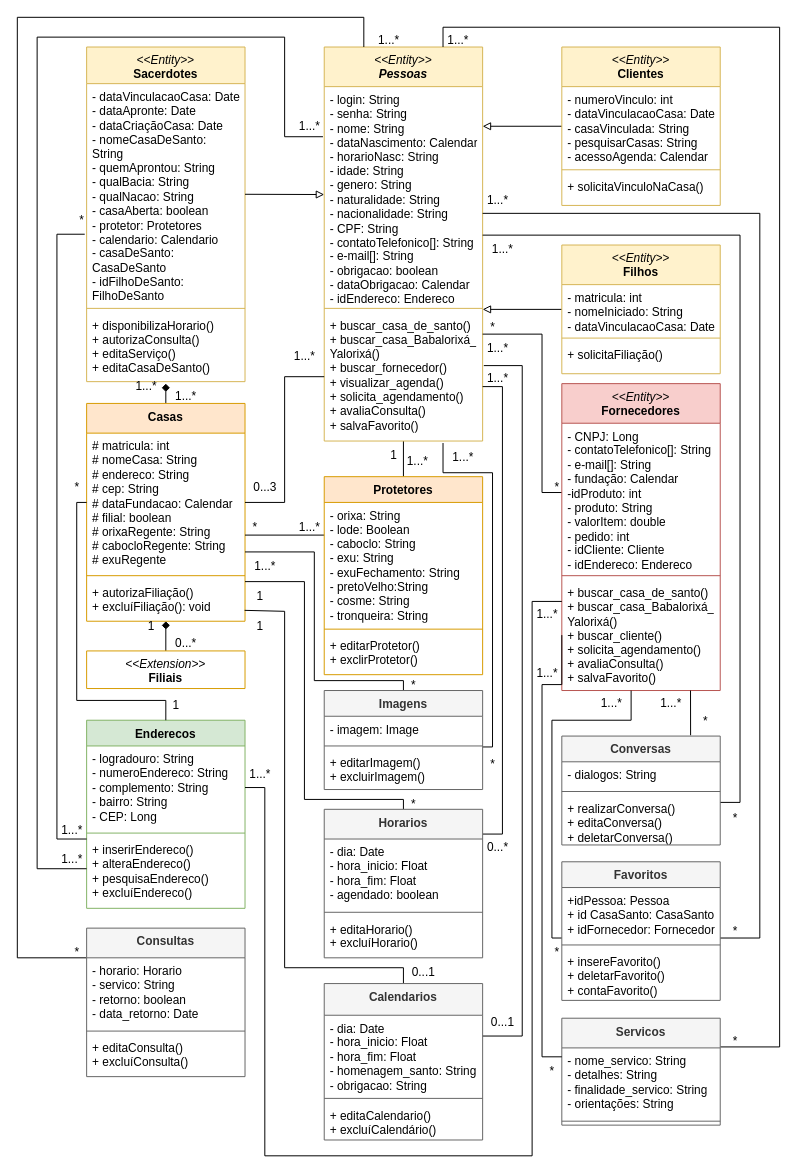
Earlier version of the draw.io diagram DiagramaDeClasseSarava.drawio (AlexCarvalhovisk/sarava). Source tidied: cells renumbered, new cells numbered last; positions are measured from the earlier drawing's top-left corner, leaving out a move shared by most shapes. Both pictures are drawn from the tidied source at 99%, with x=0, y=0 at pixel (17, 17).
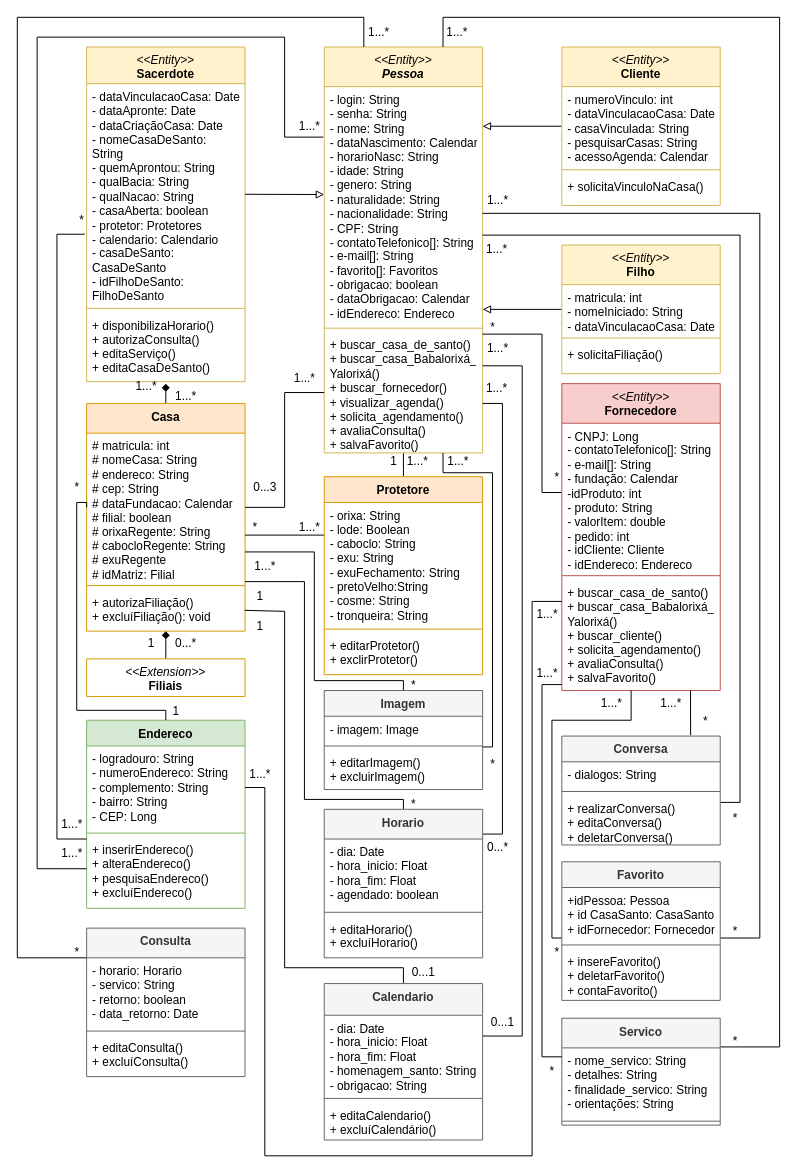
After the change.

The change refers to these unchanged cells:
```xml
<mxCell id="21" value="+ buscar_casa_de_santo()&lt;br&gt;+ buscar_casa_Babalorixá_&lt;br&gt;Yalorixá()&lt;br&gt;+ buscar_cliente()&lt;br&gt;+ solicita_agendamento()&lt;br&gt;+ avaliaConsulta()&lt;br&gt;+ salvaFavorito()" style="text;strokeColor=none;fillColor=none;align=left;verticalAlign=top;spacingLeft=4;spacingRight=4;overflow=hidden;points=[[0,0.5],[1,0.5]];portConstraint=eastwest;whiteSpace=wrap;html=1;" parent="18" vertex="1">
  <mxGeometry y="198" width="160" height="112" as="geometry" />
</mxCell>
<mxCell id="52" value="- nome_servico: String&lt;br&gt;- detalhes: String&lt;br&gt;- finalidade_servico: String&lt;br&gt;- orientações: String" style="text;strokeColor=none;fillColor=none;align=left;verticalAlign=top;spacingLeft=4;spacingRight=4;overflow=hidden;points=[[0,0.5],[1,0.5]];portConstraint=eastwest;whiteSpace=wrap;html=1;" parent="51" vertex="1">
  <mxGeometry y="30" width="160" height="70" as="geometry" />
</mxCell>
<mxCell id="57" value="+ inserirEndereco()&lt;br&gt;+ alteraEndereco()&lt;br&gt;+ pesquisaEndereco()&lt;br&gt;+ excluíEndereco()" style="text;strokeColor=none;fillColor=none;align=left;verticalAlign=top;spacingLeft=4;spacingRight=4;overflow=hidden;points=[[0,0.5],[1,0.5]];portConstraint=eastwest;whiteSpace=wrap;html=1;" parent="54" vertex="1">
  <mxGeometry y="118" width="160" height="72" as="geometry" />
</mxCell>
```

Change to the diagram source:
```diff
@@
-    <mxCell id="3" value="&lt;i style=&quot;border-color: var(--border-color); font-weight: 400;&quot;&gt;&amp;lt;&amp;lt;Entity&amp;gt;&amp;gt;&lt;/i&gt;&lt;br&gt;&lt;i&gt;Pessoas&lt;/i&gt;" style="swimlane;fontStyle=1;align=center;verticalAlign=top;horizontal=1;startSize=40;whiteSpace=wrap;html=1;fillColor=#fff2cc;strokeColor=#d6b656;" parent="1" vertex="1">
-      <mxGeometry x="310" y="30" width="160" height="398" as="geometry" />
+    <mxCell id="3" value="&lt;i style=&quot;border-color: var(--border-color); font-weight: 400;&quot;&gt;&amp;lt;&amp;lt;Entity&amp;gt;&amp;gt;&lt;/i&gt;&lt;br&gt;&lt;i&gt;Pessoa&lt;/i&gt;" style="swimlane;fontStyle=1;align=center;verticalAlign=top;horizontal=1;startSize=40;whiteSpace=wrap;html=1;fillColor=#fff2cc;strokeColor=#d6b656;" parent="1" vertex="1">
+      <mxGeometry x="310" y="30" width="160" height="410" as="geometry" />
     </mxCell>
-    <mxCell id="4" value="- login: String&lt;br&gt;- senha: String&lt;br&gt;- nome: String&lt;br&gt;- dataNascimento: Calendar&lt;br&gt;- horarioNasc: String&lt;br&gt;- idade: String&lt;br&gt;- genero: String&lt;br&gt;- naturalidade: String&lt;br&gt;- nacionalidade: String&lt;br&gt;- CPF: String&lt;br&gt;- contatoTelefonico[]: String&lt;br&gt;- e-mail[]: String&lt;br&gt;- obrigacao: boolean&lt;br&gt;- dataObrigacao: Calendar&lt;br&gt;- idEndereco: Endereco" style="text;strokeColor=none;fillColor=none;align=left;verticalAlign=top;spacingLeft=4;spacingRight=4;overflow=hidden;points=[[0,0.5],[1,0.5]];portConstraint=eastwest;whiteSpace=wrap;html=1;" parent="3" vertex="1">
-      <mxGeometry y="40" width="160" height="220" as="geometry" />
+    <mxCell id="4" value="- login: String&lt;br&gt;- senha: String&lt;br&gt;- nome: String&lt;br&gt;- dataNascimento: Calendar&lt;br&gt;- horarioNasc: String&lt;br&gt;- idade: String&lt;br&gt;- genero: String&lt;br&gt;- naturalidade: String&lt;br&gt;- nacionalidade: String&lt;br&gt;- CPF: String&lt;br&gt;- contatoTelefonico[]: String&lt;br&gt;- e-mail[]: String&lt;br&gt;- favorito[]: Favoritos&lt;br&gt;- obrigacao: boolean&lt;br&gt;- dataObrigacao: Calendar&lt;br&gt;- idEndereco: Endereco" style="text;strokeColor=none;fillColor=none;align=left;verticalAlign=top;spacingLeft=4;spacingRight=4;overflow=hidden;points=[[0,0.5],[1,0.5]];portConstraint=eastwest;whiteSpace=wrap;html=1;" parent="3" vertex="1">
+      <mxGeometry y="40" width="160" height="240" as="geometry" />
     </mxCell>
     <mxCell id="5" style="line;strokeWidth=1;fillColor=none;align=left;verticalAlign=middle;spacingTop=-1;spacingLeft=3;spacingRight=3;labelPosition=right;strokeColor=inherit;" parent="3" vertex="1">
-      <mxGeometry y="260" width="160" height="8" as="geometry" />
+      <mxGeometry y="280" width="160" height="8" as="geometry" />
     </mxCell>
     <mxCell id="6" value="+ buscar_casa_de_santo()&lt;br&gt;+ buscar_casa_Babalorixá_&lt;br&gt;Yalorixá()&lt;br&gt;+ buscar_fornecedor()&lt;br&gt;+ visualizar_agenda()&lt;br&gt;+ solicita_agendamento()&lt;br&gt;+ avaliaConsulta()&lt;br&gt;+ salvaFavorito()" style="text;strokeColor=none;fillColor=none;align=left;verticalAlign=top;spacingLeft=4;spacingRight=4;overflow=hidden;points=[[0,0.5],[1,0.5]];portConstraint=eastwest;whiteSpace=wrap;html=1;" parent="3" vertex="1">
-      <mxGeometry y="268" width="160" height="130" as="geometry" />
+      <mxGeometry y="288" width="160" height="122" as="geometry" />
     </mxCell>
@@
-    <mxCell id="8" value="&lt;i style=&quot;border-color: var(--border-color); font-weight: 400;&quot;&gt;&amp;lt;&amp;lt;Entity&amp;gt;&amp;gt;&lt;/i&gt;&lt;br&gt;Filhos" style="swimlane;fontStyle=1;align=center;verticalAlign=top;horizontal=1;startSize=40;whiteSpace=wrap;html=1;fillColor=#fff2cc;strokeColor=#d6b656;" parent="1" vertex="1">
+    <mxCell id="8" value="&lt;i style=&quot;border-color: var(--border-color); font-weight: 400;&quot;&gt;&amp;lt;&amp;lt;Entity&amp;gt;&amp;gt;&lt;/i&gt;&lt;br&gt;Filho" style="swimlane;fontStyle=1;align=center;verticalAlign=top;horizontal=1;startSize=40;whiteSpace=wrap;html=1;fillColor=#fff2cc;strokeColor=#d6b656;" parent="1" vertex="1">
       <mxGeometry x="550" y="230" width="160" height="130" as="geometry" />
     </mxCell>
@@
-    <mxCell id="12" style="rounded=0;jettySize=auto;html=1;entryX=1;entryY=0.182;entryDx=0;entryDy=0;entryPerimeter=0;endArrow=block;endFill=0;" parent="1" edge="1" source="13" target="4">
-      <mxGeometry relative="1" as="geometry" />
+    <mxCell id="12" style="rounded=0;jettySize=auto;html=1;endArrow=block;endFill=0;" parent="1" edge="1" source="13">
+      <mxGeometry relative="1" as="geometry">
+        <mxPoint x="470" y="110" as="targetPoint" />
+      </mxGeometry>
     </mxCell>
-    <mxCell id="13" value="&lt;i style=&quot;border-color: var(--border-color); font-weight: 400;&quot;&gt;&amp;lt;&amp;lt;Entity&amp;gt;&amp;gt;&lt;/i&gt;&lt;br&gt;Clientes" style="swimlane;fontStyle=1;align=center;verticalAlign=top;horizontal=1;startSize=40;whiteSpace=wrap;html=1;fillColor=#fff2cc;strokeColor=#d6b656;" parent="1" vertex="1">
+    <mxCell id="13" value="&lt;i style=&quot;border-color: var(--border-color); font-weight: 400;&quot;&gt;&amp;lt;&amp;lt;Entity&amp;gt;&amp;gt;&lt;/i&gt;&lt;br&gt;Cliente" style="swimlane;fontStyle=1;align=center;verticalAlign=top;horizontal=1;startSize=40;whiteSpace=wrap;html=1;fillColor=#fff2cc;strokeColor=#d6b656;" parent="1" vertex="1">
       <mxGeometry x="550" y="30" width="160" height="160" as="geometry" />
     </mxCell>
@@
-    <mxCell id="18" value="&lt;i style=&quot;border-color: var(--border-color); font-weight: 400;&quot;&gt;&amp;lt;&amp;lt;Entity&amp;gt;&amp;gt;&lt;/i&gt;&lt;br&gt;Fornecedores" style="swimlane;fontStyle=1;align=center;verticalAlign=top;horizontal=1;startSize=40;whiteSpace=wrap;html=1;fillColor=#f8cecc;strokeColor=#b85450;" parent="1" vertex="1">
+    <mxCell id="18" value="&lt;i style=&quot;border-color: var(--border-color); font-weight: 400;&quot;&gt;&amp;lt;&amp;lt;Entity&amp;gt;&amp;gt;&lt;/i&gt;&lt;br&gt;Fornecedore" style="swimlane;fontStyle=1;align=center;verticalAlign=top;horizontal=1;startSize=40;whiteSpace=wrap;html=1;fillColor=#f8cecc;strokeColor=#b85450;" parent="1" vertex="1">
       <mxGeometry x="550" y="370" width="160" height="310" as="geometry" />
     </mxCell>
@@
-    <mxCell id="22" value="&lt;i style=&quot;font-weight: normal;&quot;&gt;&amp;lt;&amp;lt;Entity&amp;gt;&amp;gt;&lt;br&gt;&lt;/i&gt;Sacerdotes" style="swimlane;fontStyle=1;align=center;verticalAlign=top;horizontal=1;startSize=37;whiteSpace=wrap;html=1;fillColor=#fff2cc;strokeColor=#d6b656;" parent="1" vertex="1">
+    <mxCell id="22" value="&lt;i style=&quot;font-weight: normal;&quot;&gt;&amp;lt;&amp;lt;Entity&amp;gt;&amp;gt;&lt;br&gt;&lt;/i&gt;Sacerdote" style="swimlane;fontStyle=1;align=center;verticalAlign=top;horizontal=1;startSize=37;whiteSpace=wrap;html=1;fillColor=#fff2cc;strokeColor=#d6b656;" parent="1" vertex="1">
       <mxGeometry x="70" y="30" width="160" height="338" as="geometry" />
     </mxCell>
@@
-    <mxCell id="27" value="Casas" style="swimlane;fontStyle=1;align=center;verticalAlign=top;horizontal=1;startSize=30;whiteSpace=wrap;html=1;fillColor=#ffe6cc;strokeColor=#d79b00;" parent="1" vertex="1">
-      <mxGeometry x="70" y="390" width="160" height="220" as="geometry" />
+    <mxCell id="27" value="Casa" style="swimlane;fontStyle=1;align=center;verticalAlign=top;horizontal=1;startSize=30;whiteSpace=wrap;html=1;fillColor=#ffe6cc;strokeColor=#d79b00;" parent="1" vertex="1">
+      <mxGeometry x="70" y="390" width="160" height="230" as="geometry" />
     </mxCell>
-    <mxCell id="28" value="# matricula: int&lt;br&gt;# nomeCasa: String&lt;br&gt;# endereco: String&lt;br&gt;# cep: String&lt;br&gt;# dataFundacao: Calendar&lt;br&gt;# filial: boolean&lt;br&gt;# orixaRegente: String&lt;br&gt;# cabocloRegente: String&lt;br&gt;# exuRegente" style="text;strokeColor=none;fillColor=none;align=left;verticalAlign=top;spacingLeft=4;spacingRight=4;overflow=hidden;points=[[0,0.5],[1,0.5]];portConstraint=eastwest;whiteSpace=wrap;html=1;" parent="27" vertex="1">
-      <mxGeometry y="30" width="160" height="140" as="geometry" />
+    <mxCell id="28" value="# matricula: int&lt;br&gt;# nomeCasa: String&lt;br&gt;# endereco: String&lt;br&gt;# cep: String&lt;br&gt;# dataFundacao: Calendar&lt;br&gt;# filial: boolean&lt;br&gt;# orixaRegente: String&lt;br&gt;# cabocloRegente: String&lt;br&gt;# exuRegente&lt;br&gt;# idMatriz: Filial" style="text;strokeColor=none;fillColor=none;align=left;verticalAlign=top;spacingLeft=4;spacingRight=4;overflow=hidden;points=[[0,0.5],[1,0.5]];portConstraint=eastwest;whiteSpace=wrap;html=1;" parent="27" vertex="1">
+      <mxGeometry y="30" width="160" height="150" as="geometry" />
     </mxCell>
     <mxCell id="29" style="line;strokeWidth=1;fillColor=none;align=left;verticalAlign=middle;spacingTop=-1;spacingLeft=3;spacingRight=3;labelPosition=right;strokeColor=inherit;" parent="27" vertex="1">
-      <mxGeometry y="170" width="160" height="8" as="geometry" />
+      <mxGeometry y="180" width="160" height="8" as="geometry" />
     </mxCell>
     <mxCell id="30" value="+ autorizaFiliação()&lt;br&gt;+ excluíFiliação(): void" style="text;strokeColor=none;fillColor=none;align=left;verticalAlign=top;spacingLeft=4;spacingRight=4;overflow=hidden;points=[[0,0.5],[1,0.5]];portConstraint=eastwest;whiteSpace=wrap;html=1;" parent="27" vertex="1">
-      <mxGeometry y="178" width="160" height="42" as="geometry" />
+      <mxGeometry y="188" width="160" height="42" as="geometry" />
     </mxCell>
@@
     <mxCell id="32" value="&lt;span style=&quot;font-weight: normal;&quot;&gt;&lt;i&gt;&amp;lt;&amp;lt;Extension&amp;gt;&amp;gt;&lt;/i&gt;&lt;/span&gt;&lt;br&gt;Filiais" style="swimlane;fontStyle=1;align=center;verticalAlign=top;horizontal=1;startSize=0;whiteSpace=wrap;html=1;fillColor=#ffe6cc;strokeColor=#d79b00;" parent="1" vertex="1" collapsed="1">
-      <mxGeometry x="70" y="640" width="160" height="38" as="geometry" />
+      <mxGeometry x="70" y="648" width="160" height="38" as="geometry" />
     </mxCell>
@@
     <mxCell id="34" style="edgeStyle=orthogonalEdgeStyle;rounded=0;jettySize=auto;html=1;endArrow=none;endFill=0;" parent="1" edge="1" source="35">
       <mxGeometry relative="1" as="geometry">
-        <mxPoint x="470" y="373" as="targetPoint" />
+        <mxPoint x="470" y="390" as="targetPoint" />
         <Array as="points">
           <mxPoint x="490" y="825" />
-          <mxPoint x="490" y="373" />
+          <mxPoint x="490" y="390" />
+          <mxPoint x="470" y="390" />
         </Array>
       </mxGeometry>
     </mxCell>
-    <mxCell id="35" value="Horarios" style="swimlane;fontStyle=1;align=center;verticalAlign=top;horizontal=1;startSize=30;whiteSpace=wrap;html=1;fillColor=#f5f5f5;fontColor=#333333;strokeColor=#666666;" parent="1" vertex="1">
+    <mxCell id="35" value="Horario" style="swimlane;fontStyle=1;align=center;verticalAlign=top;horizontal=1;startSize=30;whiteSpace=wrap;html=1;fillColor=#f5f5f5;fontColor=#333333;strokeColor=#666666;" parent="1" vertex="1">
       <mxGeometry x="310" y="800" width="160" height="150" as="geometry" />
     </mxCell>
@@
-    <mxCell id="40" value="Consultas" style="swimlane;fontStyle=1;align=center;verticalAlign=top;horizontal=1;startSize=30;whiteSpace=wrap;html=1;fillColor=#f5f5f5;fontColor=#333333;strokeColor=#666666;" parent="1" vertex="1">
+    <mxCell id="40" value="Consulta" style="swimlane;fontStyle=1;align=center;verticalAlign=top;horizontal=1;startSize=30;whiteSpace=wrap;html=1;fillColor=#f5f5f5;fontColor=#333333;strokeColor=#666666;" parent="1" vertex="1">
       <mxGeometry x="70" y="920" width="160" height="150" as="geometry" />
     </mxCell>
@@
-    <mxCell id="45" style="edgeStyle=orthogonalEdgeStyle;rounded=0;jettySize=auto;html=1;entryX=0.155;entryY=0.06;entryDx=0;entryDy=0;entryPerimeter=0;endArrow=none;endFill=0;" parent="1" edge="1" source="46" target="110">
+    <mxCell id="45" style="edgeStyle=orthogonalEdgeStyle;rounded=0;jettySize=auto;html=1;endArrow=none;endFill=0;" parent="1" edge="1" source="46">
       <mxGeometry relative="1" as="geometry">
+        <mxPoint x="470" y="352" as="targetPoint" />
         <Array as="points">
           <mxPoint x="510" y="1029" />
           <mxPoint x="510" y="352" />
         </Array>
       </mxGeometry>
     </mxCell>
-    <mxCell id="46" value="Calendarios" style="swimlane;fontStyle=1;align=center;verticalAlign=top;horizontal=1;startSize=32;whiteSpace=wrap;html=1;fillColor=#f5f5f5;fontColor=#333333;strokeColor=#666666;" parent="1" vertex="1">
+    <mxCell id="46" value="Calendario" style="swimlane;fontStyle=1;align=center;verticalAlign=top;horizontal=1;startSize=32;whiteSpace=wrap;html=1;fillColor=#f5f5f5;fontColor=#333333;strokeColor=#666666;" parent="1" vertex="1">
       <mxGeometry x="310" y="976" width="160" height="158" as="geometry" />
     </mxCell>
@@
     <mxCell id="50" style="edgeStyle=orthogonalEdgeStyle;rounded=0;jettySize=auto;html=1;endArrow=none;endFill=0;" parent="1" edge="1" source="51">
       <mxGeometry relative="1" as="geometry">
         <mxPoint x="430" y="30" as="targetPoint" />
         <Array as="points">
           <mxPoint x="770" y="1040" />
-          <mxPoint x="770" y="10" />
-          <mxPoint x="430" y="10" />
+          <mxPoint x="770" />
+          <mxPoint x="430" />
         </Array>
       </mxGeometry>
     </mxCell>
-    <mxCell id="51" value="Servicos" style="swimlane;fontStyle=1;align=center;verticalAlign=top;horizontal=1;startSize=30;whiteSpace=wrap;html=1;fillColor=#f5f5f5;fontColor=#333333;strokeColor=#666666;" parent="1" vertex="1">
+    <mxCell id="51" value="Servico" style="swimlane;fontStyle=1;align=center;verticalAlign=top;horizontal=1;startSize=30;whiteSpace=wrap;html=1;fillColor=#f5f5f5;fontColor=#333333;strokeColor=#666666;" parent="1" vertex="1">
       <mxGeometry x="550" y="1011" width="160" height="108" as="geometry" />
     </mxCell>
@@
-    <mxCell id="54" value="Enderecos" style="swimlane;fontStyle=1;align=center;verticalAlign=top;horizontal=1;startSize=26;whiteSpace=wrap;html=1;fillColor=#d5e8d4;strokeColor=#82b366;" parent="1" vertex="1">
+    <mxCell id="54" value="Endereco" style="swimlane;fontStyle=1;align=center;verticalAlign=top;horizontal=1;startSize=26;whiteSpace=wrap;html=1;fillColor=#d5e8d4;strokeColor=#82b366;" parent="1" vertex="1">
       <mxGeometry x="70" y="710" width="160" height="190" as="geometry" />
     </mxCell>
@@
-    <mxCell id="59" value="Protetores" style="swimlane;fontStyle=1;align=center;verticalAlign=top;horizontal=1;startSize=26;whiteSpace=wrap;html=1;fillColor=#ffe6cc;strokeColor=#d79b00;" parent="1" vertex="1">
+    <mxCell id="59" value="Protetore" style="swimlane;fontStyle=1;align=center;verticalAlign=top;horizontal=1;startSize=26;whiteSpace=wrap;html=1;fillColor=#ffe6cc;strokeColor=#d79b00;" parent="1" vertex="1">
       <mxGeometry x="310" y="464" width="160" height="200" as="geometry" />
     </mxCell>
@@
-    <mxCell id="65" value="Conversas" style="swimlane;fontStyle=1;align=center;verticalAlign=top;horizontal=1;startSize=26;whiteSpace=wrap;html=1;fillColor=#f5f5f5;fontColor=#333333;strokeColor=#666666;" parent="1" vertex="1">
+    <mxCell id="65" value="Conversa" style="swimlane;fontStyle=1;align=center;verticalAlign=top;horizontal=1;startSize=26;whiteSpace=wrap;html=1;fillColor=#f5f5f5;fontColor=#333333;strokeColor=#666666;" parent="1" vertex="1">
       <mxGeometry x="550" y="726" width="160" height="110" as="geometry" />
     </mxCell>
@@
-    <mxCell id="71" value="Favoritos" style="swimlane;fontStyle=1;align=center;verticalAlign=top;horizontal=1;startSize=26;whiteSpace=wrap;html=1;fillColor=#f5f5f5;fontColor=#333333;strokeColor=#666666;" parent="1" vertex="1">
+    <mxCell id="71" value="Favorito" style="swimlane;fontStyle=1;align=center;verticalAlign=top;horizontal=1;startSize=26;whiteSpace=wrap;html=1;fillColor=#f5f5f5;fontColor=#333333;strokeColor=#666666;" parent="1" vertex="1">
       <mxGeometry x="550" y="853" width="160" height="140" as="geometry" />
     </mxCell>
@@
     <mxCell id="78" style="edgeStyle=orthogonalEdgeStyle;rounded=0;jettySize=auto;html=1;entryX=0;entryY=0.5;entryDx=0;entryDy=0;endArrow=none;endFill=0;exitX=0.5;exitY=0;exitDx=0;exitDy=0;" parent="1" edge="1" source="54" target="28">
       <mxGeometry relative="1" as="geometry">
         <Array as="points">
-          <mxPoint x="150" y="690" />
-          <mxPoint x="60" y="690" />
+          <mxPoint x="150" y="700" />
+          <mxPoint x="60" y="700" />
           <mxPoint x="60" y="490" />
+          <mxPoint x="70" y="490" />
         </Array>
       </mxGeometry>
     </mxCell>
@@
-    <mxCell id="81" style="edgeStyle=orthogonalEdgeStyle;rounded=0;orthogonalLoop=1;jettySize=auto;html=1;endArrow=none;endFill=0;exitX=1;exitY=0.5;exitDx=0;exitDy=0;" parent="1" edge="1">
+    <mxCell id="81" style="edgeStyle=orthogonalEdgeStyle;rounded=0;jettySize=auto;html=1;endArrow=none;endFill=0;exitX=1;exitY=0.5;exitDx=0;exitDy=0;" parent="1" edge="1" target="6">
       <mxGeometry relative="1" as="geometry">
         <mxPoint x="470" y="737" as="sourcePoint" />
-        <mxPoint x="430" y="430" as="targetPoint" />
         <Array as="points">
           <mxPoint x="480" y="737" />
           <mxPoint x="480" y="460" />
           <mxPoint x="430" y="460" />
         </Array>
       </mxGeometry>
     </mxCell>
@@
     <mxCell id="83" value="1...*" style="text;html=1;align=center;verticalAlign=middle;strokeColor=none;fillColor=none;" parent="1" vertex="1">
-      <mxGeometry x="425" y="8" width="40" height="30" as="geometry" />
+      <mxGeometry x="424" width="40" height="30" as="geometry" />
     </mxCell>
@@
     <mxCell id="87" value="1...*" style="text;html=1;align=center;verticalAlign=middle;strokeColor=none;fillColor=none;" parent="1" vertex="1">
-      <mxGeometry x="470" y="220" width="40" height="30" as="geometry" />
+      <mxGeometry x="464" y="220" width="40" height="30" as="geometry" />
     </mxCell>
@@
     <mxCell id="89" value="1...*" style="text;html=1;align=center;verticalAlign=middle;strokeColor=none;fillColor=none;" parent="1" vertex="1">
-      <mxGeometry x="355" y="8" width="40" height="30" as="geometry" />
+      <mxGeometry x="345" width="40" height="30" as="geometry" />
     </mxCell>
     <mxCell id="90" value="1...*" style="text;html=1;align=center;verticalAlign=middle;strokeColor=none;fillColor=none;" parent="1" vertex="1">
-      <mxGeometry x="35" y="806" width="40" height="30" as="geometry" />
+      <mxGeometry x="35" y="800" width="40" height="30" as="geometry" />
     </mxCell>
@@
     <mxCell id="92" value="1" style="text;html=1;align=center;verticalAlign=middle;strokeColor=none;fillColor=none;" parent="1" vertex="1">
-      <mxGeometry x="145" y="680" width="30" height="30" as="geometry" />
+      <mxGeometry x="145" y="686" width="30" height="30" as="geometry" />
     </mxCell>
@@
     <mxCell id="104" value="1...*" style="text;html=1;align=center;verticalAlign=middle;strokeColor=none;fillColor=none;" parent="1" vertex="1">
-      <mxGeometry x="270" y="328" width="40" height="30" as="geometry" />
+      <mxGeometry x="270" y="350" width="40" height="30" as="geometry" />
     </mxCell>
@@
     <mxCell id="106" value="1" style="text;html=1;align=center;verticalAlign=middle;strokeColor=none;fillColor=none;" parent="1" vertex="1">
-      <mxGeometry x="365" y="428" width="30" height="30" as="geometry" />
+      <mxGeometry x="365" y="434" width="30" height="30" as="geometry" />
     </mxCell>
@@
     <mxCell id="108" value="1...*" style="text;html=1;align=center;verticalAlign=middle;strokeColor=none;fillColor=none;" parent="1" vertex="1">
-      <mxGeometry x="430" y="430" width="40" height="30" as="geometry" />
+      <mxGeometry x="425" y="434" width="40" height="30" as="geometry" />
     </mxCell>
@@
     <mxCell id="110" value="1...*" style="text;html=1;align=center;verticalAlign=middle;points=[];strokeColor=none;fillColor=none;" parent="1" vertex="1">
-      <mxGeometry x="465" y="350" width="40" height="30" as="geometry" />
+      <mxGeometry x="464" y="360" width="40" height="30" as="geometry" />
     </mxCell>
@@
     <mxCell id="113" value="*" style="text;html=1;align=center;verticalAlign=middle;strokeColor=none;fillColor=none;" parent="1" vertex="1">
-      <mxGeometry x="530" y="460" width="30" height="30" as="geometry" />
+      <mxGeometry x="530" y="450" width="30" height="30" as="geometry" />
     </mxCell>
@@
-    <mxCell id="117" style="edgeStyle=orthogonalEdgeStyle;rounded=0;jettySize=auto;html=1;entryX=0;entryY=0.5;entryDx=0;entryDy=0;endArrow=none;endFill=0;" parent="1" edge="1" source="52" target="21">
+    <mxCell id="117" style="edgeStyle=orthogonalEdgeStyle;rounded=0;jettySize=auto;html=1;endArrow=none;endFill=0;" parent="1" edge="1" source="52">
       <mxGeometry relative="1" as="geometry">
+        <mxPoint x="550" y="674" as="targetPoint" />
         <Array as="points">
           <mxPoint x="530" y="1050" />
           <mxPoint x="530" y="674" />
           <mxPoint x="550" y="674" />
         </Array>
       </mxGeometry>
     </mxCell>
@@
-    <mxCell id="123" style="edgeStyle=orthogonalEdgeStyle;rounded=0;jettySize=auto;html=1;endArrow=none;endFill=0;entryX=-0.008;entryY=0.23;entryDx=0;entryDy=0;entryPerimeter=0;" parent="1" edge="1" source="57" target="4">
+    <mxCell id="123" style="edgeStyle=orthogonalEdgeStyle;rounded=0;jettySize=auto;html=1;endArrow=none;endFill=0;" parent="1" edge="1" source="57">
       <mxGeometry relative="1" as="geometry">
+        <mxPoint x="309" y="121" as="targetPoint" />
         <Array as="points">
           <mxPoint x="20" y="860" />
           <mxPoint x="20" y="20" />
           <mxPoint x="270" y="20" />
           <mxPoint x="270" y="121" />
         </Array>
       </mxGeometry>
     </mxCell>
     <mxCell id="124" value="1...*" style="text;html=1;align=center;verticalAlign=middle;strokeColor=none;fillColor=none;" parent="1" vertex="1">
-      <mxGeometry x="35" y="836" width="40" height="30" as="geometry" />
+      <mxGeometry x="35" y="830" width="40" height="30" as="geometry" />
     </mxCell>
@@
     <mxCell id="127" value="1" style="text;html=1;align=center;verticalAlign=middle;strokeColor=none;fillColor=none;" parent="1" vertex="1">
-      <mxGeometry x="120" y="600" width="30" height="30" as="geometry" />
+      <mxGeometry x="120" y="618" width="30" height="30" as="geometry" />
     </mxCell>
@@
-    <mxCell id="130" value="Imagens" style="swimlane;fontStyle=1;align=center;verticalAlign=top;horizontal=1;startSize=26;whiteSpace=wrap;html=1;fillColor=#f5f5f5;fontColor=#333333;strokeColor=#666666;" parent="1" vertex="1">
+    <mxCell id="130" value="Imagem" style="swimlane;fontStyle=1;align=center;verticalAlign=top;horizontal=1;startSize=26;whiteSpace=wrap;html=1;fillColor=#f5f5f5;fontColor=#333333;strokeColor=#666666;" parent="1" vertex="1">
       <mxGeometry x="310" y="680" width="160" height="100" as="geometry" />
     </mxCell>
```
